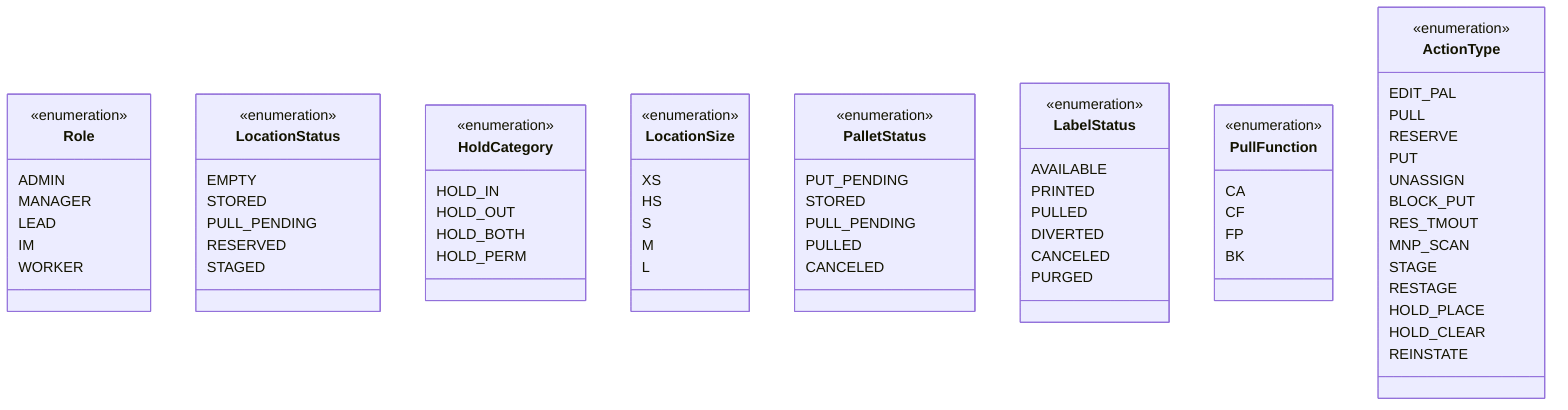
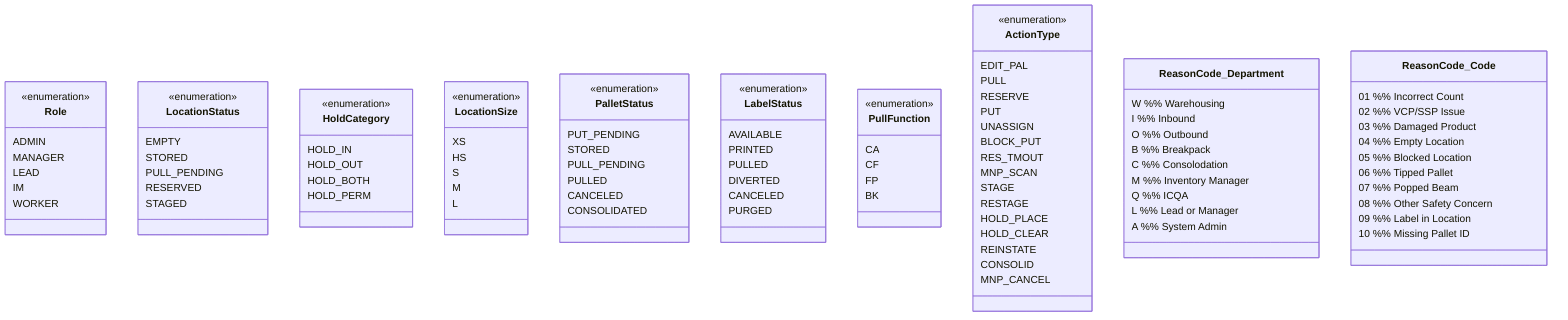
classDiagram

    %% ============================================================
    %% All enums for the warehouse management system
    %% NOTE: ActionType is intentionally empty — define and expand
    %% as features are built throughout the app.
    %% PalletStatus is open — expand as needed.
    %% ============================================================

    class Role {
        <<enumeration>>
        ADMIN
        MANAGER
        LEAD
        IM
        WORKER
    }

    class LocationStatus {
        <<enumeration>>
        EMPTY
        STORED
        PULL_PENDING
        RESERVED
        STAGED
        %% HOLD_IN/HOLD_OUT/HOLD_BOTH/HOLD_PERM removed Phase 10 — hold state now lives
        %% in Location.holdCategory, independent of status (see HoldCategory below).
        %% Phase 6's blockPut briefly wrote HOLD_BOTH into status, which clobbered the
        %% location's real operational state; fixed to use holdCategory instead.
    }

    class HoldCategory {
        <<enumeration>>
        HOLD_IN
        HOLD_OUT
        HOLD_BOTH
        HOLD_PERM
        %% Stored in Location.holdCategory (nullable), independent of LocationStatus —
        %% added Phase 10. See DevNotes/Screen-Specs/WLH.md for place/remove role rules.
    }

    class LocationSize {
        <<enumeration>>
        XS
        HS
        S
        M
        L
+         %% XS - Extra Small or Hand Puts
+         %% HS - Half Small
+         %% S - SMall
+ 
    }

    class PalletStatus {
        <<enumeration>>
        PUT_PENDING
        STORED
        PULL_PENDING
        PULLED
        CANCELED
+         CONSOLIDATED
        %% Open — expand as app is built
    }

    class LabelStatus {
        <<enumeration>>
        AVAILABLE
        PRINTED
        PULLED
        DIVERTED
        CANCELED
        PURGED
        %% May expand as app is built
    }

    class PullFunction {
        <<enumeration>>
        CA
        CF
        FP
        BK
        %% CA: Carton Air (XS-size or non-XS above level 1, non-emptying)
        %% CF: Carton Floor (level 1, non-XS, non-emptying)
        %% FP: Full Pallet (empties the location, non-XS)
        %% BK: Bulk (level-00 locations — not implemented in demo)
    }

    class ActionType {
        <<enumeration>>
        EDIT_PAL
        PULL
        RESERVE
        PUT
        UNASSIGN
        BLOCK_PUT
        RES_TMOUT
        MNP_SCAN
        STAGE
        RESTAGE
        HOLD_PLACE
        HOLD_CLEAR
        REINSTATE
+         CONSOLID
+         MNP_CANCEL
        %% Max 10 chars (NVarChar(10))
    }
+ 
+     %% Reason Codes are a 3 character enum.
+     %% The first character is the department.
+     %% The last two digits are numbers: the reason code
+     class ReasonCode_Department {
+         W %% Warehousing
+         I %% Inbound
+         O %% Outbound
+         B %% Breakpack
+         C %% Consolodation
+         M %% Inventory Manager
+         Q %% ICQA
+         L %% Lead or Manager
+         A %% System Admin
+     }
+     class ReasonCode_Code {
+         01 %% Incorrect Count
+         02 %% VCP/SSP Issue
+         03 %% Damaged Product
+         04 %% Empty Location
+         05 %% Blocked Location
+         06 %% Tipped Pallet
+         07 %% Popped Beam
+         08 %% Other Safety Concern
+         09 %% Label in Location
+         10 %% Missing Pallet ID
+         %% Not a Complete List
+     }